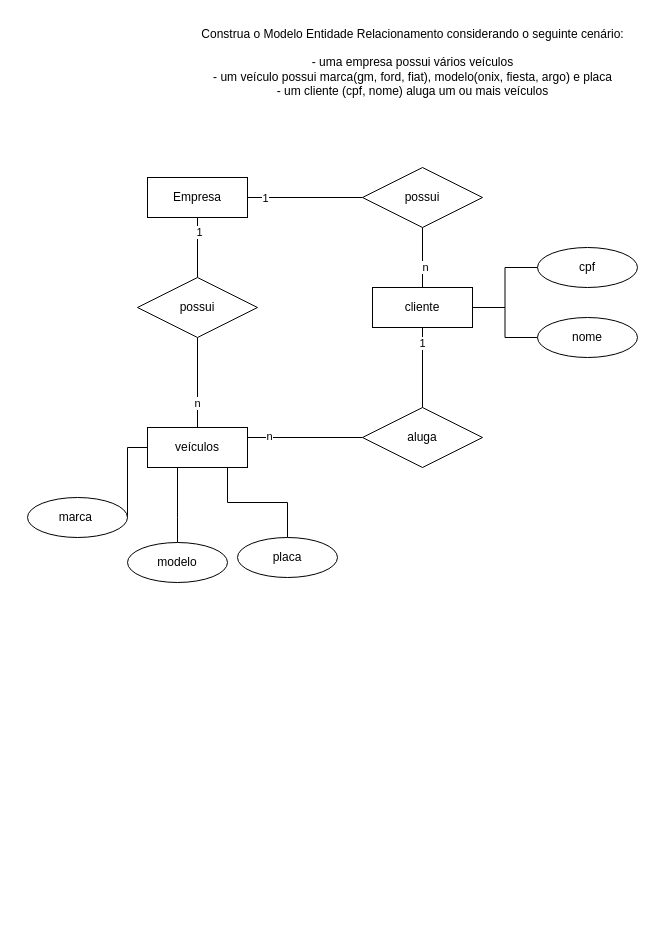
The draw.io diagram page "Página-3" (3 of 5) of SPRINT 1/construção de modelos/1.0/1.4.drawio in MateusPaladino-29/2-semestre, before the edit. Source tidied: cells renumbered, new cells numbered last; positions are measured from the earlier drawing's top-left corner, leaving out a move shared by most shapes. Both pictures are drawn from the tidied source at 100%, with x=0, y=0 at pixel (27, 17).
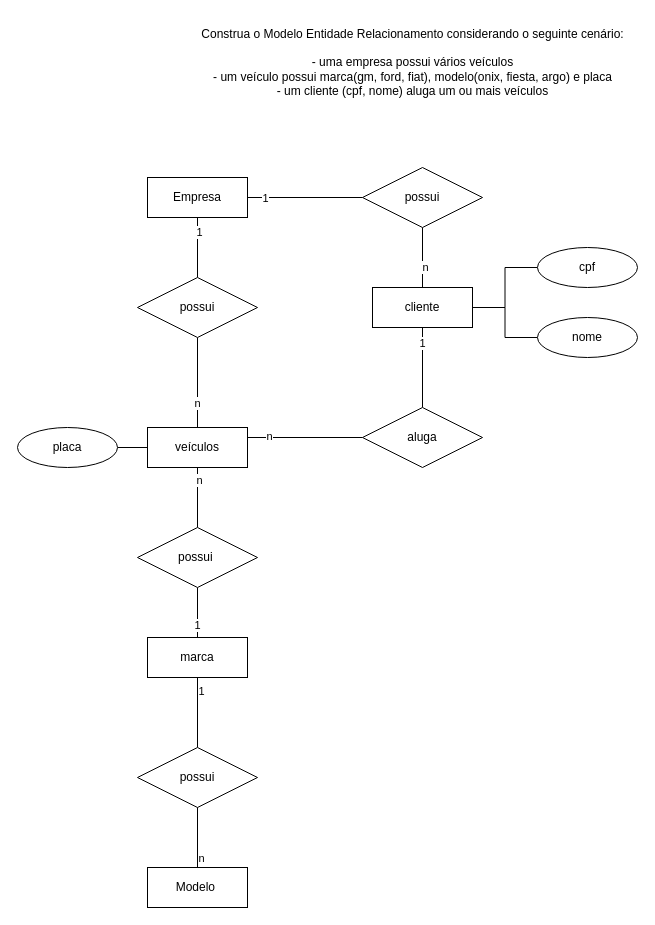
The same diagram, later.

Commit message:
Modelagem de dados

The change refers to these unchanged cells:
```xml
<mxCell id="10" value="veículos" style="whiteSpace=wrap;html=1;align=center;" parent="1" vertex="1">
  <mxGeometry x="120" y="410" width="100" height="40" as="geometry" />
</mxCell>
```

What changed in the source:
```diff
@@
-    <mxCell id="18" style="edgeStyle=orthogonalEdgeStyle;rounded=0;jettySize=auto;html=1;entryX=0;entryY=0.5;entryDx=0;entryDy=0;endArrow=none;endFill=0;" parent="1" edge="1" source="19" target="10">
-      <mxGeometry relative="1" as="geometry">
-        <Array as="points">
-          <mxPoint x="100" y="430" />
-        </Array>
-      </mxGeometry>
-    </mxCell>
-    <mxCell id="19" value="marca&amp;nbsp;" style="ellipse;whiteSpace=wrap;html=1;align=center;" parent="1" vertex="1">
-      <mxGeometry y="480" width="100" height="40" as="geometry" />
-    </mxCell>
-    <mxCell id="20" style="edgeStyle=orthogonalEdgeStyle;rounded=0;jettySize=auto;html=1;endArrow=none;endFill=0;" parent="1" edge="1" source="21">
-      <mxGeometry relative="1" as="geometry">
-        <mxPoint x="150" y="450" as="targetPoint" />
-        <Array as="points">
-          <mxPoint x="150" y="500" />
-          <mxPoint x="150" y="500" />
-        </Array>
-      </mxGeometry>
-    </mxCell>
-    <mxCell id="21" value="modelo" style="ellipse;whiteSpace=wrap;html=1;align=center;" parent="1" vertex="1">
-      <mxGeometry x="100" y="525" width="100" height="40" as="geometry" />
-    </mxCell>
-    <mxCell id="22" style="edgeStyle=orthogonalEdgeStyle;rounded=0;jettySize=auto;html=1;entryX=0.856;entryY=1;entryDx=0;entryDy=0;entryPerimeter=0;endArrow=none;endFill=0;" parent="1" edge="1" source="23" target="10">
-      <mxGeometry relative="1" as="geometry">
-        <Array as="points">
-          <mxPoint x="260" y="485" />
-          <mxPoint x="200" y="485" />
-          <mxPoint x="200" y="450" />
-        </Array>
-      </mxGeometry>
-    </mxCell>
-    <mxCell id="23" value="placa" style="ellipse;whiteSpace=wrap;html=1;align=center;" parent="1" vertex="1">
-      <mxGeometry x="210" y="520" width="100" height="40" as="geometry" />
-    </mxCell>
@@
+    <mxCell id="31" style="edgeStyle=orthogonalEdgeStyle;rounded=0;jettySize=auto;html=1;endArrow=none;endFill=0;" parent="1" edge="1" source="19" target="35">
+      <mxGeometry relative="1" as="geometry" />
+    </mxCell>
+    <mxCell id="32" value="1" style="edgeLabel;html=1;align=center;verticalAlign=middle;" parent="31" vertex="1">
+      <mxGeometry x="-0.47" y="1" relative="1" as="geometry" />
+    </mxCell>
+    <mxCell id="19" value="marca" style="whiteSpace=wrap;html=1;align=center;" parent="1" vertex="1">
+      <mxGeometry x="120" y="620" width="100" height="40" as="geometry" />
+    </mxCell>
+    <mxCell id="33" style="edgeStyle=orthogonalEdgeStyle;rounded=0;jettySize=auto;html=1;endArrow=none;endFill=0;" parent="1" edge="1" source="35" target="10">
+      <mxGeometry relative="1" as="geometry" />
+    </mxCell>
+    <mxCell id="34" value="n" style="edgeLabel;html=1;align=center;verticalAlign=middle;" parent="33" vertex="1">
+      <mxGeometry x="0.61" y="-1" relative="1" as="geometry" />
+    </mxCell>
+    <mxCell id="35" value="possui&amp;nbsp;" style="shape=rhombus;perimeter=rhombusPerimeter;whiteSpace=wrap;html=1;align=center;" parent="1" vertex="1">
+      <mxGeometry x="110" y="510" width="120" height="60" as="geometry" />
+    </mxCell>
+    <mxCell id="36" style="edgeStyle=orthogonalEdgeStyle;rounded=0;jettySize=auto;html=1;endArrow=none;endFill=0;" parent="1" edge="1" source="38" target="19">
+      <mxGeometry relative="1" as="geometry" />
+    </mxCell>
+    <mxCell id="37" value="1&lt;br&gt;" style="edgeLabel;html=1;align=center;verticalAlign=middle;" parent="36" vertex="1">
+      <mxGeometry x="0.63" y="-3" relative="1" as="geometry" />
+    </mxCell>
+    <mxCell id="38" value="possui" style="shape=rhombus;perimeter=rhombusPerimeter;whiteSpace=wrap;html=1;align=center;" parent="1" vertex="1">
+      <mxGeometry x="110" y="730" width="120" height="60" as="geometry" />
+    </mxCell>
+    <mxCell id="39" style="edgeStyle=orthogonalEdgeStyle;rounded=0;jettySize=auto;html=1;endArrow=none;endFill=0;" parent="1" edge="1" source="41" target="38">
+      <mxGeometry relative="1" as="geometry" />
+    </mxCell>
+    <mxCell id="40" value="n" style="edgeLabel;html=1;align=center;verticalAlign=middle;" parent="39" vertex="1">
+      <mxGeometry x="-0.66" y="-3" relative="1" as="geometry" />
+    </mxCell>
+    <mxCell id="41" value="Modelo&amp;nbsp;" style="whiteSpace=wrap;html=1;align=center;" parent="1" vertex="1">
+      <mxGeometry x="120" y="850" width="100" height="40" as="geometry" />
+    </mxCell>
+    <mxCell id="22" style="edgeStyle=orthogonalEdgeStyle;rounded=0;jettySize=auto;html=1;endArrow=none;endFill=0;" parent="1" edge="1" source="23" target="10">
+      <mxGeometry relative="1" as="geometry" />
+    </mxCell>
+    <mxCell id="23" value="placa" style="ellipse;whiteSpace=wrap;html=1;align=center;" parent="1" vertex="1">
+      <mxGeometry x="-10" y="410" width="100" height="40" as="geometry" />
+    </mxCell>
```
